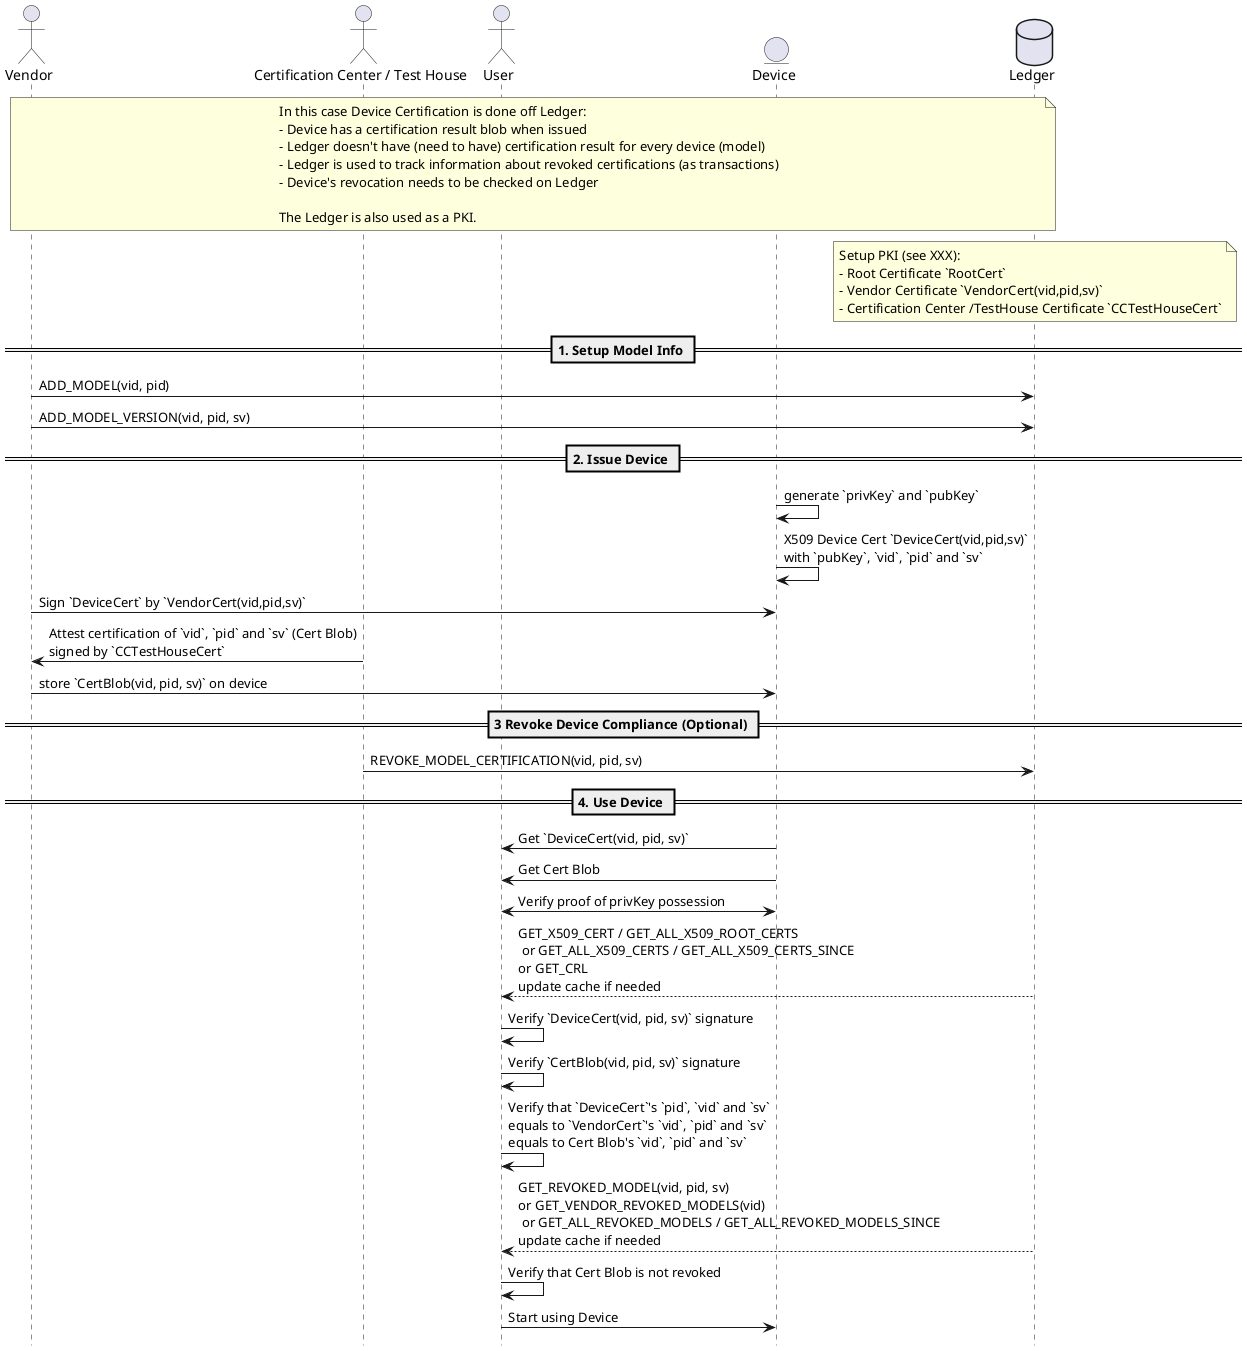
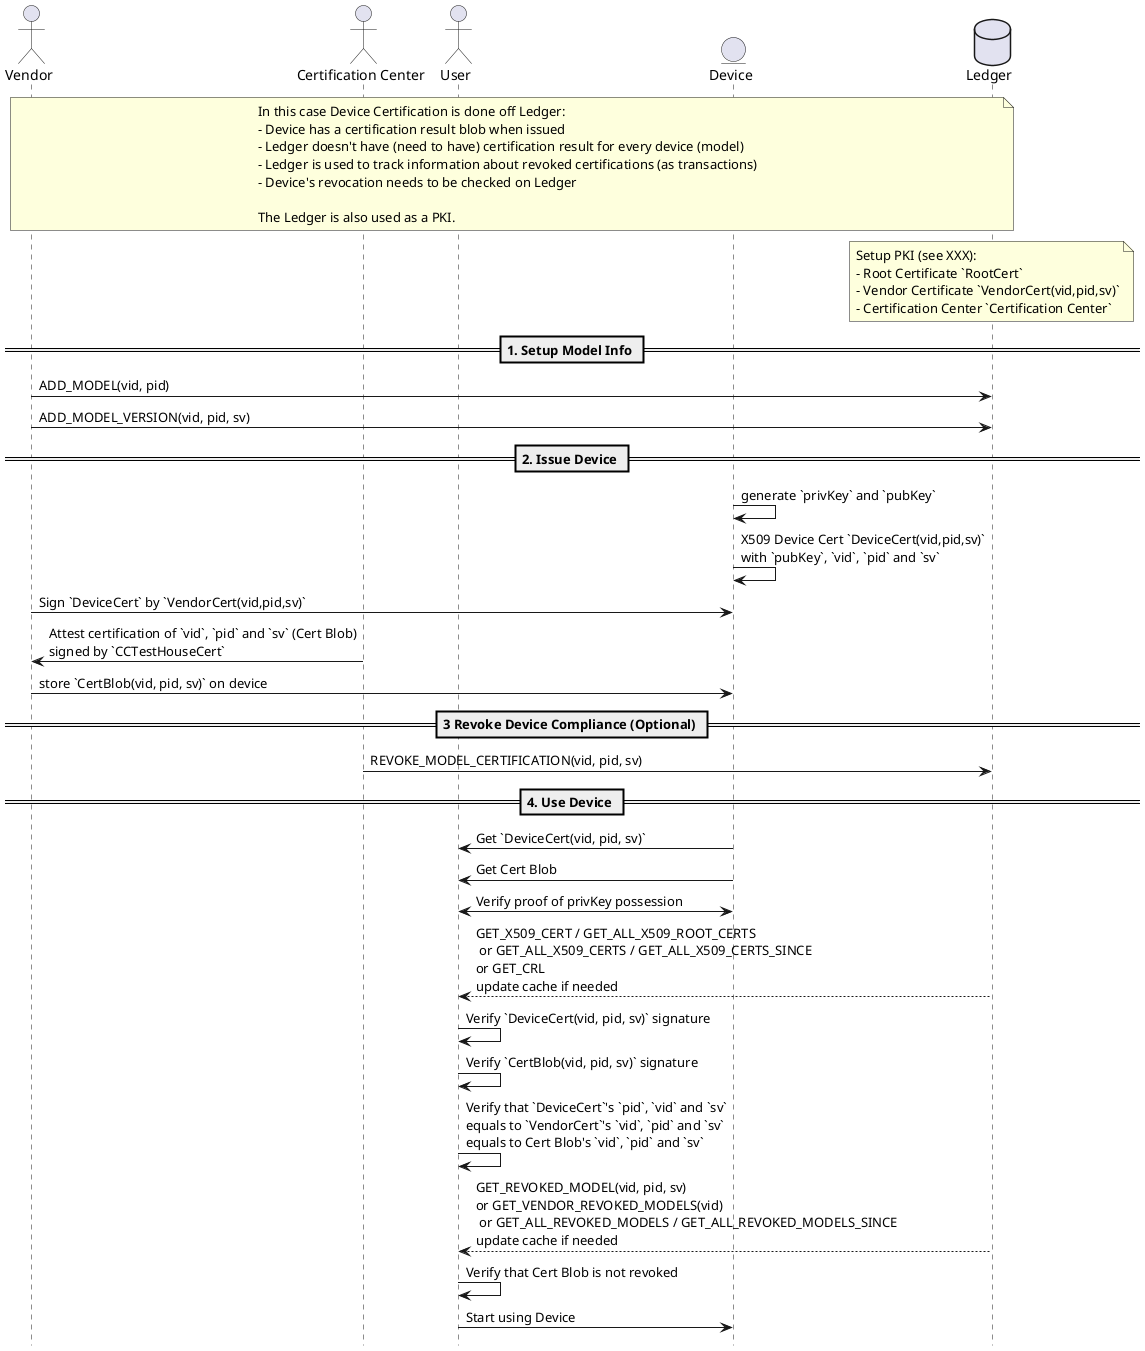
@startuml
!pragma teoz true
hide footbox

actor Vendor as V
- actor "Certification Center / Test House" as CC
+ actor "Certification Center" as CC
actor User as U
entity Device as D
database Ledger as L

note over V, L
In this case Device Certification is done off Ledger:
- Device has a certification result blob when issued
- Ledger doesn't have (need to have) certification result for every device (model)
- Ledger is used to track information about revoked certifications (as transactions)
- Device's revocation needs to be checked on Ledger

The Ledger is also used as a PKI.
end note

note over L
Setup PKI (see XXX):
- Root Certificate `RootCert`
- Vendor Certificate `VendorCert(vid,pid,sv)`
- - Certification Center /TestHouse Certificate `CCTestHouseCert`
+ - Certification Center `Certification Center`
end note

== 1. Setup Model Info ==
V -> L: ADD_MODEL(vid, pid)
V -> L: ADD_MODEL_VERSION(vid, pid, sv)

== 2. Issue Device ==
D -> D: generate `privKey` and `pubKey`
D -> D: X509 Device Cert `DeviceCert(vid,pid,sv)`\nwith `pubKey`, `vid`, `pid` and `sv`
V -> D: Sign `DeviceCert` by `VendorCert(vid,pid,sv)`
CC -> V: Attest certification of `vid`, `pid` and `sv` (Cert Blob)\nsigned by `CCTestHouseCert`
V -> D: store `CertBlob(vid, pid, sv)` on device

== 3 Revoke Device Compliance (Optional) ==
CC -> L: REVOKE_MODEL_CERTIFICATION(vid, pid, sv)

== 4. Use Device ==
U <- D: Get `DeviceCert(vid, pid, sv)`
U <- D: Get Cert Blob
U <-> D: Verify proof of privKey possession
U <-- L: GET_X509_CERT / GET_ALL_X509_ROOT_CERTS\n or GET_ALL_X509_CERTS / GET_ALL_X509_CERTS_SINCE\nor GET_CRL\nupdate cache if needed
U -> U: Verify `DeviceCert(vid, pid, sv)` signature
U -> U: Verify `CertBlob(vid, pid, sv)` signature
U -> U: Verify that `DeviceCert`'s `pid`, `vid` and `sv`\nequals to `VendorCert`'s `vid`, `pid` and `sv`\nequals to Cert Blob's `vid`, `pid` and `sv`
U <-- L: GET_REVOKED_MODEL(vid, pid, sv)\nor GET_VENDOR_REVOKED_MODELS(vid)\n or GET_ALL_REVOKED_MODELS / GET_ALL_REVOKED_MODELS_SINCE\nupdate cache if needed
U -> U: Verify that Cert Blob is not revoked
U -> D: Start using Device
@enduml